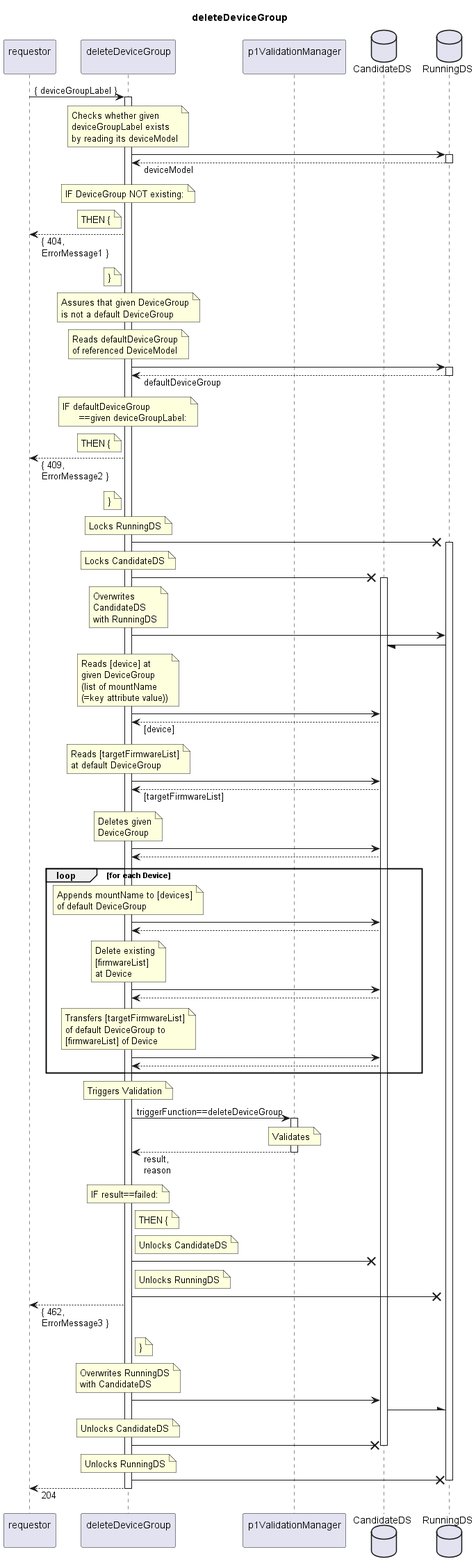
This is spec/Services/deleteDeviceGroup/1.0.0/deleteDeviceGroup.png from openBackhaul/FirmWareManager, a PlantUML export, as it was before one commit.
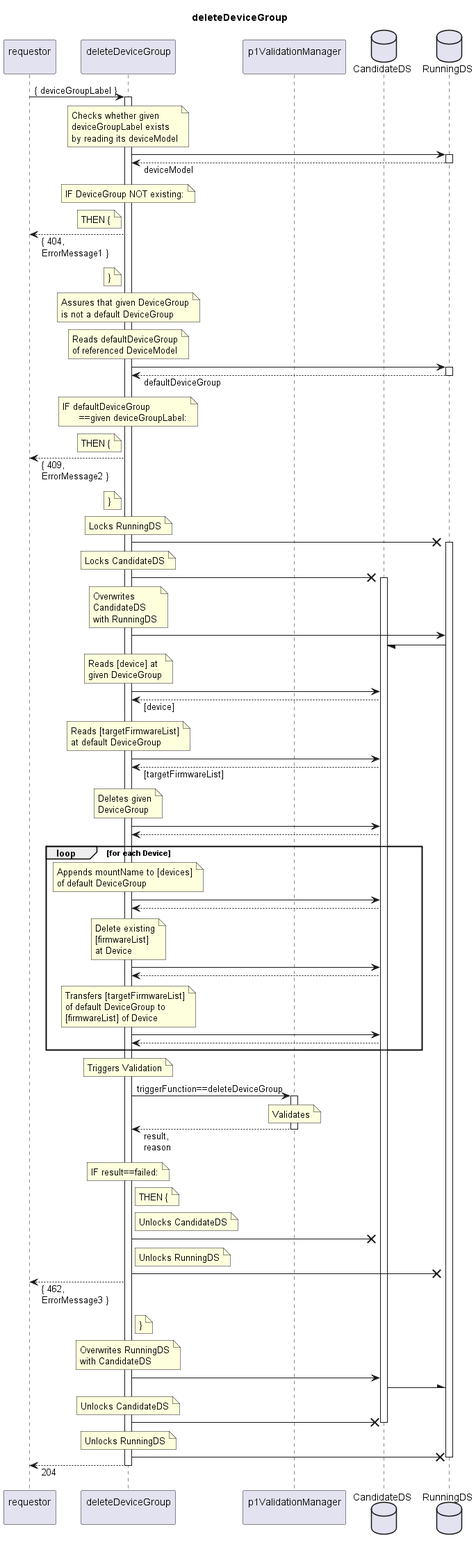
Later version of the same file.

What changed in the source:
```diff
@@ -79,8 +79,6 @@
   note over indServ
     Reads [device] at
     given DeviceGroup
-    (list of mountName
-    (=key attribute value))
   end note
   indServ -> CanDS
   indServ <-- CanDS: [device]
```
